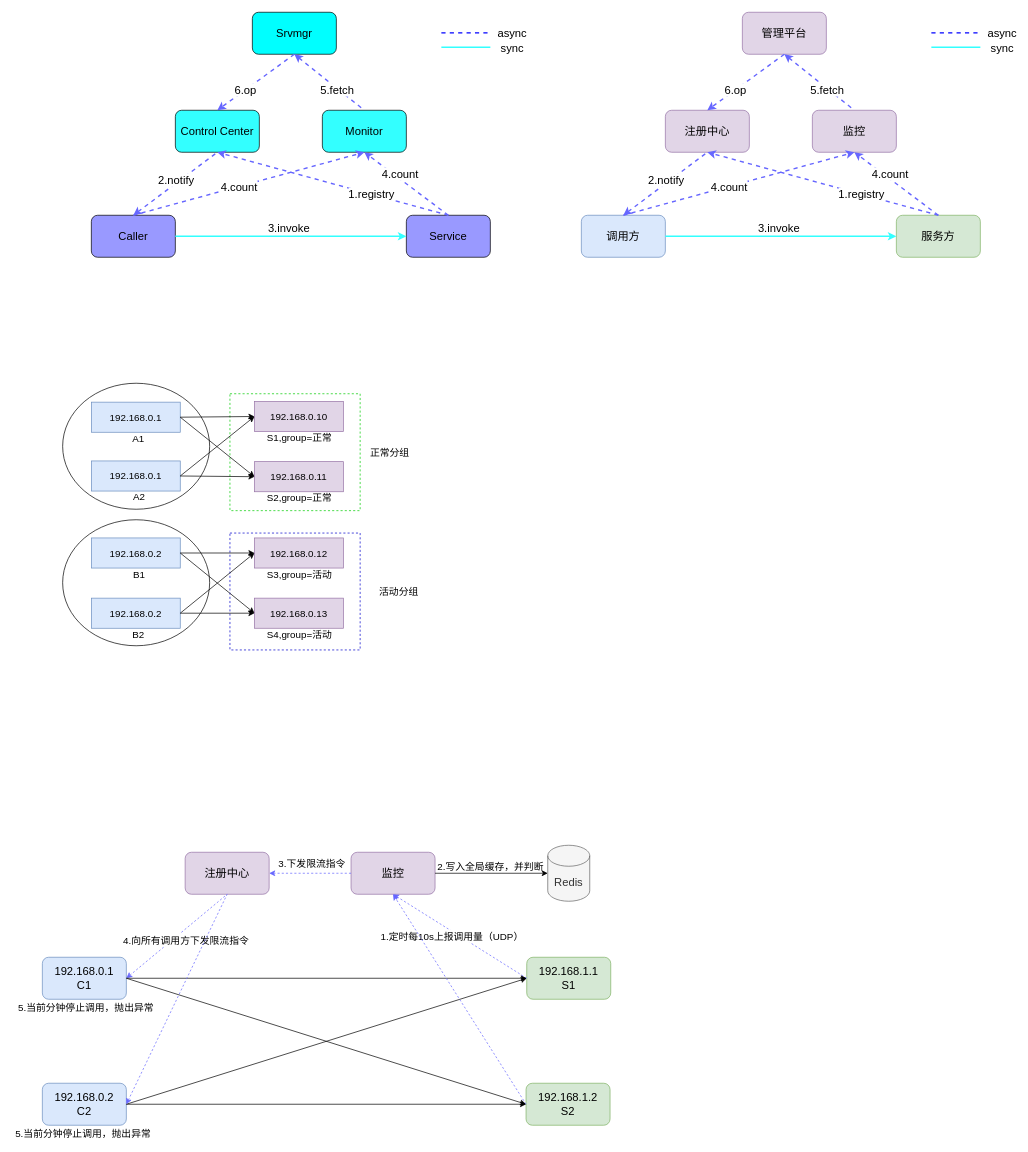
waterystone/draw_io keeps this draw.io diagram as zz/zzscf/zzscf.drawio. Above is the earlier version. Source tidied: cells renumbered, new cells numbered last; positions are measured from the earlier drawing's top-left corner, leaving out a move shared by most shapes. Both pictures are drawn from the tidied source at 70%, with x=0, y=0 at pixel (42, 12).
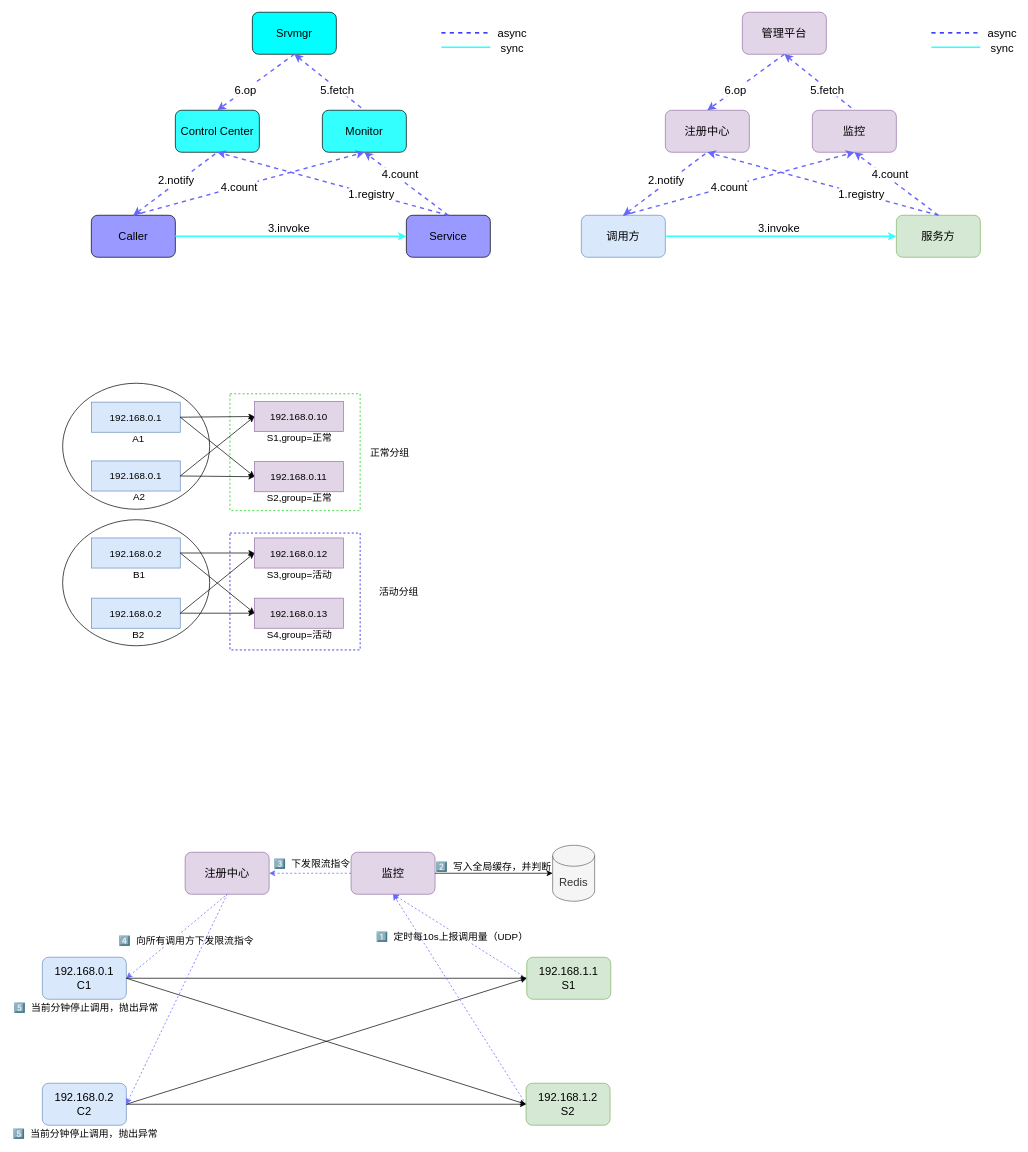
The same diagram, later.

The change refers to these unchanged cells:
```xml
<mxCell id="90" style="endArrow=none;html=1;fontSize=16;entryX=0.5;entryY=1;entryDx=0;entryDy=0;exitX=1;exitY=0.5;exitDx=0;exitDy=0;dashed=1;strokeWidth=1;strokeColor=#6666FF;startArrow=classic;startFill=1;endFill=0;" parent="1" edge="1" source="86" target="88">
  <mxGeometry relative="1" as="geometry" />
</mxCell>
<mxCell id="93" style="endArrow=classic;html=1;fontSize=16;entryX=0.5;entryY=1;entryDx=0;entryDy=0;exitX=0;exitY=0.5;exitDx=0;exitDy=0;dashed=1;strokeWidth=1;strokeColor=#6666FF;" parent="1" edge="1" source="87" target="89">
  <mxGeometry relative="1" as="geometry" />
</mxCell>
<mxCell id="102" style="endArrow=classic;html=1;fontSize=16;exitX=0;exitY=0.5;exitDx=0;exitDy=0;dashed=1;strokeWidth=1;strokeColor=#6666FF;entryX=1;entryY=0.5;entryDx=0;entryDy=0;" parent="1" edge="1" source="89" target="88">
  <mxGeometry relative="1" as="geometry" />
</mxCell>
```

Diff of the diagram source:
```diff
@@
-    <mxCell id="91" value="&lt;font style=&quot;font-size: 14px&quot;&gt;4.向所有调用方下发限流指令&lt;/font&gt;" style="text;html=1;align=center;verticalAlign=middle;labelBackgroundColor=#ffffff;fontSize=16;" parent="90" vertex="1">
+    <mxCell id="91" value="&lt;font style=&quot;font-size: 14px&quot;&gt;4️⃣&amp;nbsp; 向所有调用方下发限流指令&lt;/font&gt;" style="text;html=1;align=center;verticalAlign=middle;labelBackgroundColor=#ffffff;fontSize=16;" parent="90" vertex="1">
       <mxGeometry x="-0.65" y="3" relative="1" as="geometry">
         <mxPoint x="61" y="-32" as="offset" />
       </mxGeometry>
     </mxCell>
@@
-    <mxCell id="94" value="&lt;font style=&quot;font-size: 14px&quot;&gt;1.定时每10s上报调用量（UDP）&lt;/font&gt;" style="text;html=1;align=center;verticalAlign=middle;labelBackgroundColor=#ffffff;fontSize=16;" parent="93" vertex="1">
+    <mxCell id="94" value="&lt;font style=&quot;font-size: 14px&quot;&gt;1️⃣&amp;nbsp; 定时每10s上报调用量（UDP）&lt;/font&gt;" style="text;html=1;align=center;verticalAlign=middle;labelBackgroundColor=#ffffff;fontSize=16;" parent="93" vertex="1">
       <mxGeometry x="0.07" y="-2" relative="1" as="geometry">
         <mxPoint x="-6" y="6" as="offset" />
       </mxGeometry>
     </mxCell>
@@
-    <mxCell id="103" value="&lt;font style=&quot;font-size: 14px&quot;&gt;3.下发限流指令&lt;/font&gt;" style="text;html=1;align=center;verticalAlign=middle;labelBackgroundColor=#ffffff;fontSize=16;" parent="102" vertex="1">
+    <mxCell id="103" value="&lt;font style=&quot;font-size: 14px&quot;&gt;3️⃣&amp;nbsp; 下发限流指令&lt;/font&gt;" style="text;html=1;align=center;verticalAlign=middle;labelBackgroundColor=#ffffff;fontSize=16;" parent="102" vertex="1">
       <mxGeometry x="0.07" y="-2" relative="1" as="geometry">
         <mxPoint x="6" y="-13" as="offset" />
       </mxGeometry>
     </mxCell>
     <mxCell id="104" value="&lt;font style=&quot;font-size: 16px&quot;&gt;Redis&lt;/font&gt;" style="shape=cylinder3;whiteSpace=wrap;html=1;boundedLbl=1;backgroundOutline=1;size=15;fillColor=#f5f5f5;strokeColor=#666666;fontColor=#333333;" parent="1" vertex="1">
-      <mxGeometry x="722" y="1190" width="60" height="80" as="geometry" />
+      <mxGeometry x="729" y="1190" width="60" height="80" as="geometry" />
     </mxCell>
@@
-    <mxCell id="106" value="&lt;font style=&quot;font-size: 14px&quot;&gt;2.写入全局缓存，并判断&lt;/font&gt;" style="text;html=1;align=center;verticalAlign=middle;strokeColor=none;fillColor=none;fontSize=16;" parent="1" vertex="1">
-      <mxGeometry x="555" y="1210" width="170" height="20" as="geometry" />
+    <mxCell id="106" value="&lt;font style=&quot;font-size: 14px&quot;&gt;2️⃣&amp;nbsp; 写入全局缓存，并判断&lt;/font&gt;" style="text;html=1;align=center;verticalAlign=middle;strokeColor=none;fillColor=none;fontSize=16;" parent="1" vertex="1">
+      <mxGeometry x="554" y="1210" width="180" height="20" as="geometry" />
     </mxCell>
-    <mxCell id="107" value="&lt;span style=&quot;font-size: 14px&quot;&gt;5.当前分钟停止调用，抛出异常&lt;/span&gt;" style="text;html=1;align=center;verticalAlign=middle;labelBackgroundColor=#ffffff;fontSize=16;" parent="1" vertex="1">
+    <mxCell id="107" value="&lt;span style=&quot;font-size: 14px&quot;&gt;5️⃣&amp;nbsp; 当前分钟停止调用，抛出异常&lt;/span&gt;" style="text;html=1;align=center;verticalAlign=middle;labelBackgroundColor=#ffffff;fontSize=16;" parent="1" vertex="1">
       <mxGeometry x="61" y="1420" as="geometry" />
     </mxCell>
-    <mxCell id="108" value="&lt;span style=&quot;font-size: 14px&quot;&gt;5.当前分钟停止调用，抛出异常&lt;/span&gt;" style="text;html=1;align=center;verticalAlign=middle;labelBackgroundColor=#ffffff;fontSize=16;" parent="1" vertex="1">
-      <mxGeometry x="57" y="1600" as="geometry" />
-    </mxCell>
+    <mxCell id="109" value="&lt;span style=&quot;font-size: 14px&quot;&gt;5️⃣&amp;nbsp; 当前分钟停止调用，抛出异常&lt;/span&gt;" style="text;html=1;align=center;verticalAlign=middle;labelBackgroundColor=#ffffff;fontSize=16;" parent="1" vertex="1">
+      <mxGeometry x="60" y="1600" as="geometry" />
+    </mxCell>
```
